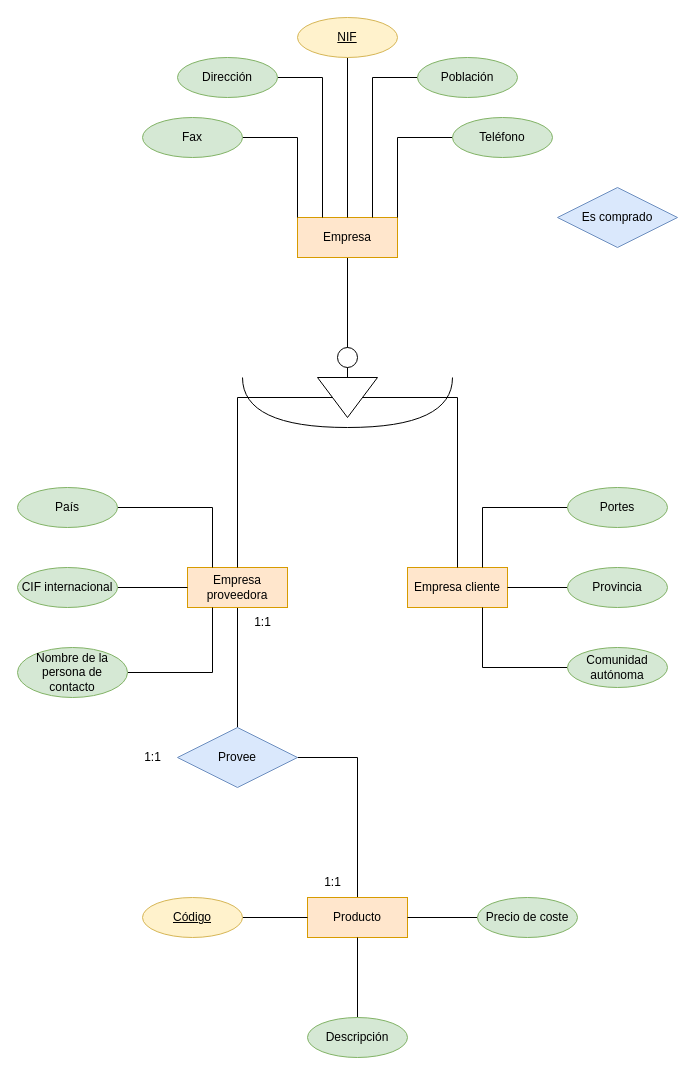
Earlier version of the draw.io diagram Tarea_entregable4.drawio (GRMiguelAngel/Base-Datos). Source tidied: cells renumbered, new cells numbered last; positions are measured from the earlier drawing's top-left corner, leaving out a move shared by most shapes. Both pictures are drawn from the tidied source at 100%, with x=0, y=0 at pixel (17, 17).
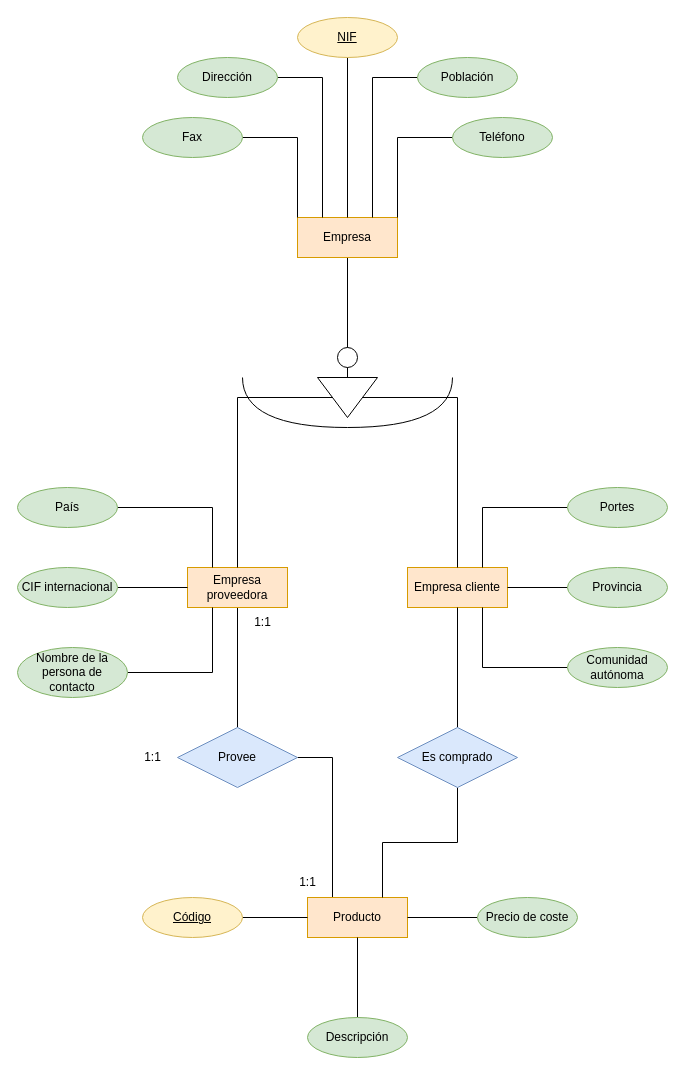
After the change.

Unchanged cells that the change refers to:
```xml
<mxCell id="4" value="Empresa cliente" style="whiteSpace=wrap;html=1;align=center;fillColor=#ffe6cc;strokeColor=#d79b00;" parent="1" vertex="1">
  <mxGeometry x="390" y="550" width="100" height="40" as="geometry" />
</mxCell>
<mxCell id="6" value="Provee" style="shape=rhombus;perimeter=rhombusPerimeter;whiteSpace=wrap;html=1;align=center;fillColor=#dae8fc;strokeColor=#6c8ebf;" parent="1" vertex="1">
  <mxGeometry x="160" y="710" width="120" height="60" as="geometry" />
</mxCell>
<mxCell id="37" value="Producto" style="whiteSpace=wrap;html=1;align=center;fillColor=#ffe6cc;strokeColor=#d79b00;" parent="1" vertex="1">
  <mxGeometry x="290" y="880" width="100" height="40" as="geometry" />
</mxCell>
```

What changed in the source:
```diff
@@
-    <mxCell id="5" style="edgeStyle=orthogonalEdgeStyle;rounded=0;jettySize=auto;html=1;entryX=0.5;entryY=0;entryDx=0;entryDy=0;endArrow=none;endFill=0;" parent="1" edge="1" source="6" target="37">
+    <mxCell id="5" style="edgeStyle=orthogonalEdgeStyle;rounded=0;jettySize=auto;html=1;entryX=0.25;entryY=0;entryDx=0;entryDy=0;endArrow=none;endFill=0;" parent="1" edge="1" source="6" target="37">
       <mxGeometry relative="1" as="geometry" />
     </mxCell>
@@
-    <mxCell id="7" value="Es comprado" style="shape=rhombus;perimeter=rhombusPerimeter;whiteSpace=wrap;html=1;align=center;fillColor=#dae8fc;strokeColor=#6c8ebf;" parent="1" vertex="1">
-      <mxGeometry x="540" y="170" width="120" height="60" as="geometry" />
-    </mxCell>
@@
     <mxCell id="44" value="1:1" style="text;html=1;align=center;verticalAlign=middle;strokeColor=none;fillColor=none;" parent="1" vertex="1">
-      <mxGeometry x="295" y="850" width="40" height="30" as="geometry" />
+      <mxGeometry x="270" y="850" width="40" height="30" as="geometry" />
     </mxCell>
@@
+    <mxCell id="47" style="edgeStyle=orthogonalEdgeStyle;rounded=0;jettySize=auto;html=1;entryX=0.5;entryY=1;entryDx=0;entryDy=0;endArrow=none;endFill=0;" parent="1" edge="1" source="7" target="4">
+      <mxGeometry relative="1" as="geometry" />
+    </mxCell>
+    <mxCell id="48" style="edgeStyle=orthogonalEdgeStyle;rounded=0;jettySize=auto;html=1;entryX=0.75;entryY=0;entryDx=0;entryDy=0;endArrow=none;endFill=0;" parent="1" edge="1" source="7" target="37">
+      <mxGeometry relative="1" as="geometry" />
+    </mxCell>
+    <mxCell id="7" value="Es comprado" style="shape=rhombus;perimeter=rhombusPerimeter;whiteSpace=wrap;html=1;align=center;fillColor=#dae8fc;strokeColor=#6c8ebf;" parent="1" vertex="1">
+      <mxGeometry x="380" y="710" width="120" height="60" as="geometry" />
+    </mxCell>
```
